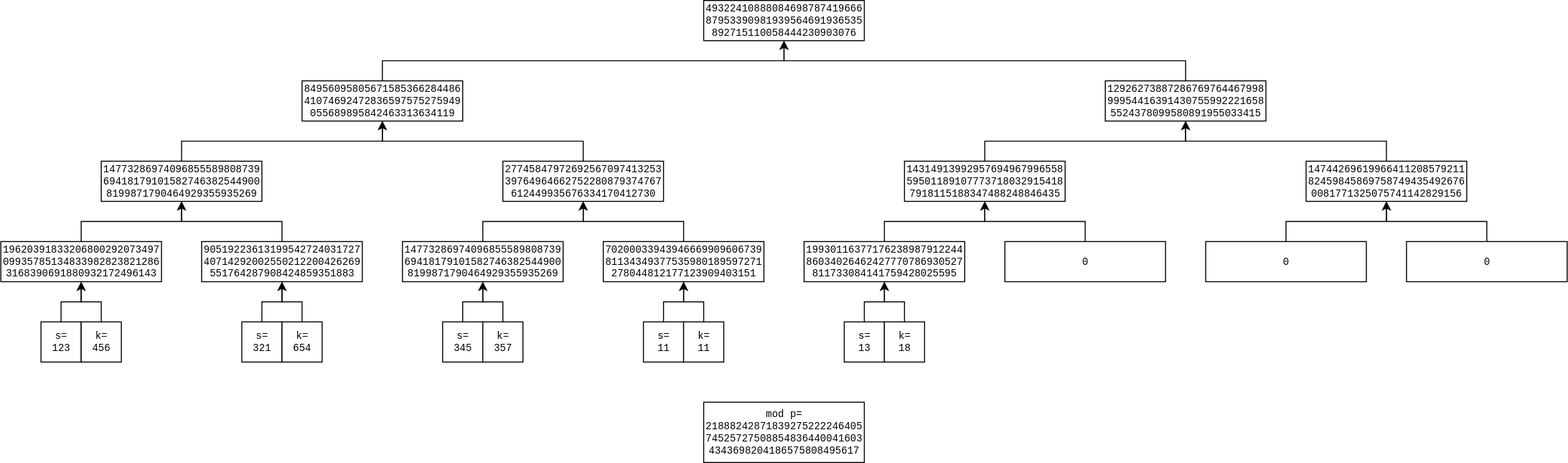
Earlier version of the draw.io export 5/diag.drawio.svg (anon160339/bsd_lab). Source tidied: cells renumbered, new cells last; positions are measured from the earlier drawing's top-left corner, leaving out a move shared by most shapes.
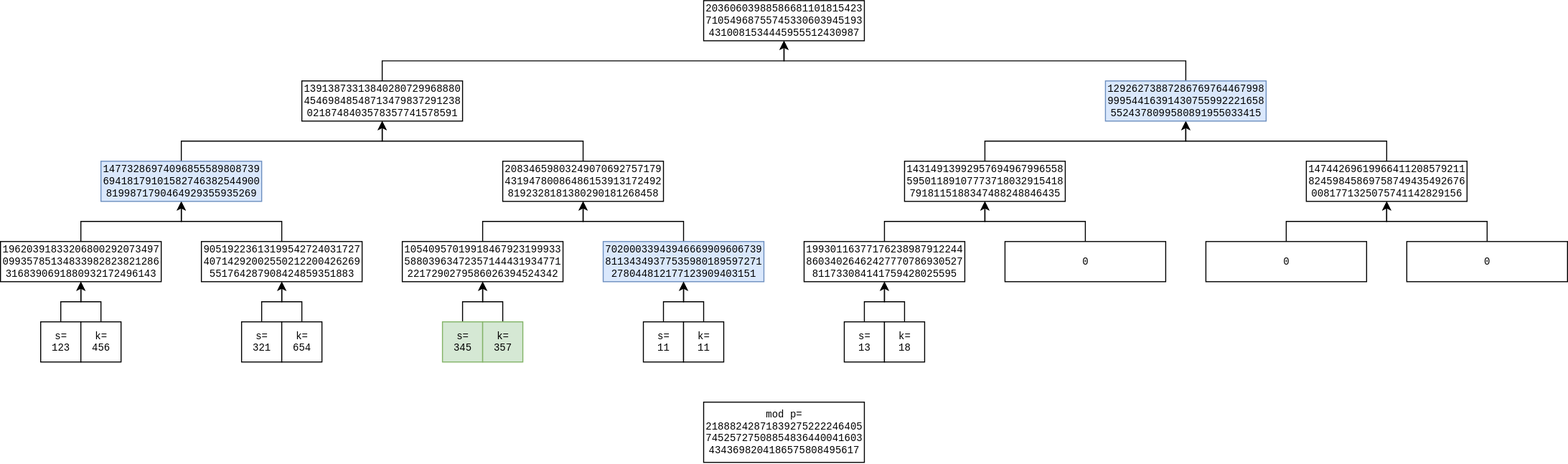
The same diagram one commit later.

What changed in the source:
```diff
@@ -20,7 +20,7 @@
     <mxCell id="7" style="edgeStyle=orthogonalEdgeStyle;rounded=0;jettySize=auto;html=1;entryX=0.5;entryY=1;entryDx=0;entryDy=0;fontFamily=monospace;fontSize=10;fontColor=default;labelBorderColor=none;labelBackgroundColor=none;horizontal=1;" parent="1" edge="1" source="8" target="24">
       <mxGeometry relative="1" as="geometry" />
     </mxCell>
-    <mxCell id="8" value="&lt;div&gt;14773286974096855589808739&lt;/div&gt;&lt;div&gt;69418179101582746382544900&lt;/div&gt;&lt;div&gt;8199871790464929355935269&lt;/div&gt;" style="align=center;verticalAlign=middle;fontSize=10;horizontal=1;labelBorderColor=none;labelBackgroundColor=none;textShadow=0;html=1;whiteSpace=wrap;convertToSvg=0;word-wrap:anywhere;fontFamily=monospace;" parent="1" vertex="1">
+    <mxCell id="8" value="10540957019918467923199933&lt;div&gt;58803963472357144431934771&lt;/div&gt;&lt;div&gt;2217290279586026394524342&lt;/div&gt;" style="align=center;verticalAlign=middle;fontSize=10;horizontal=1;labelBorderColor=none;labelBackgroundColor=none;textShadow=0;html=1;whiteSpace=wrap;convertToSvg=0;word-wrap:anywhere;fontFamily=monospace;" parent="1" vertex="1">
       <mxGeometry x="400" y="240" width="160" height="40" as="geometry" />
     </mxCell>
     <mxCell id="9" style="edgeStyle=orthogonalEdgeStyle;rounded=0;jettySize=auto;html=1;entryX=0.5;entryY=1;entryDx=0;entryDy=0;fontFamily=monospace;fontSize=10;fontColor=default;labelBorderColor=none;labelBackgroundColor=none;horizontal=1;" parent="1" edge="1" source="10" target="14">
@@ -55,7 +55,7 @@
         </Array>
       </mxGeometry>
     </mxCell>
-    <mxCell id="18" value="14773286974096855589808739&lt;div&gt;69418179101582746382544900&lt;/div&gt;&lt;div&gt;8199871790464929355935269&lt;/div&gt;" style="align=center;verticalAlign=middle;fontSize=10;horizontal=1;labelBorderColor=none;labelBackgroundColor=none;textShadow=0;html=1;whiteSpace=wrap;convertToSvg=0;word-wrap:anywhere;fontFamily=monospace;" parent="1" vertex="1">
+    <mxCell id="18" value="14773286974096855589808739&lt;div&gt;69418179101582746382544900&lt;/div&gt;&lt;div&gt;8199871790464929355935269&lt;/div&gt;" style="align=center;verticalAlign=middle;fontSize=10;horizontal=1;labelBorderColor=none;labelBackgroundColor=none;textShadow=0;html=1;whiteSpace=wrap;convertToSvg=0;word-wrap:anywhere;fontFamily=monospace;fillColor=#dae8fc;strokeColor=#6c8ebf;" parent="1" vertex="1">
       <mxGeometry x="100" y="160" width="160" height="40" as="geometry" />
     </mxCell>
     <mxCell id="19" style="edgeStyle=orthogonalEdgeStyle;rounded=0;jettySize=auto;html=1;entryX=0.5;entryY=1;entryDx=0;entryDy=0;fontFamily=monospace;fontSize=10;fontColor=default;labelBorderColor=none;labelBackgroundColor=none;horizontal=1;" parent="1" edge="1" source="20" target="39">
@@ -66,13 +66,13 @@
         </Array>
       </mxGeometry>
     </mxCell>
-    <mxCell id="20" value="84956095805671585366284486&lt;div&gt;41074692472836597575275949&lt;/div&gt;&lt;div&gt;055689895842463313634119&lt;/div&gt;" style="align=center;verticalAlign=middle;fontSize=10;horizontal=1;labelBorderColor=none;labelBackgroundColor=none;textShadow=0;html=1;whiteSpace=wrap;convertToSvg=0;word-wrap:anywhere;fontFamily=monospace;" parent="1" vertex="1">
+    <mxCell id="20" value="13913873313840280729968880&lt;div&gt;45469848548713479837291238&lt;/div&gt;&lt;div&gt;0218748403578357741578591&lt;/div&gt;" style="align=center;verticalAlign=middle;fontSize=10;horizontal=1;labelBorderColor=none;labelBackgroundColor=none;textShadow=0;html=1;whiteSpace=wrap;convertToSvg=0;word-wrap:anywhere;fontFamily=monospace;" parent="1" vertex="1">
       <mxGeometry x="300" y="80" width="160" height="40" as="geometry" />
     </mxCell>
     <mxCell id="21" style="edgeStyle=orthogonalEdgeStyle;rounded=0;jettySize=auto;html=1;entryX=0.5;entryY=1;entryDx=0;entryDy=0;fontFamily=monospace;fontSize=10;fontColor=default;labelBorderColor=none;labelBackgroundColor=none;horizontal=1;" parent="1" edge="1" source="22" target="24">
       <mxGeometry relative="1" as="geometry" />
     </mxCell>
-    <mxCell id="22" value="70200033943946669909606739&lt;div&gt;81134349377535980189597271&lt;/div&gt;&lt;div&gt;278044812177123909403151&lt;/div&gt;" style="align=center;verticalAlign=middle;fontSize=10;horizontal=1;labelBorderColor=none;labelBackgroundColor=none;textShadow=0;html=1;whiteSpace=wrap;convertToSvg=0;word-wrap:anywhere;fontFamily=monospace;" parent="1" vertex="1">
+    <mxCell id="22" value="70200033943946669909606739&lt;div&gt;81134349377535980189597271&lt;/div&gt;&lt;div&gt;278044812177123909403151&lt;/div&gt;" style="align=center;verticalAlign=middle;fontSize=10;horizontal=1;labelBorderColor=none;labelBackgroundColor=none;textShadow=0;html=1;whiteSpace=wrap;convertToSvg=0;word-wrap:anywhere;fontFamily=monospace;fillColor=#dae8fc;strokeColor=#6c8ebf;" parent="1" vertex="1">
       <mxGeometry x="600" y="240" width="160" height="40" as="geometry" />
     </mxCell>
     <mxCell id="23" style="edgeStyle=orthogonalEdgeStyle;rounded=0;jettySize=auto;html=1;entryX=0.5;entryY=1;entryDx=0;entryDy=0;fontFamily=monospace;fontSize=10;fontColor=default;labelBorderColor=none;labelBackgroundColor=none;horizontal=1;" parent="1" edge="1" source="24" target="20">
@@ -83,7 +83,7 @@
         </Array>
       </mxGeometry>
     </mxCell>
-    <mxCell id="24" value="27745847972692567097413253&lt;div&gt;39764964662752280879374767&lt;/div&gt;&lt;div&gt;612449935676334170412730&lt;/div&gt;" style="align=center;verticalAlign=middle;fontSize=10;horizontal=1;labelBorderColor=none;labelBackgroundColor=none;textShadow=0;html=1;whiteSpace=wrap;convertToSvg=0;word-wrap:anywhere;fontFamily=monospace;" parent="1" vertex="1">
+    <mxCell id="24" value="20834659803249070692757179&lt;div&gt;43194780086486153913172492&lt;/div&gt;&lt;div&gt;8192328181380290181268458&lt;/div&gt;" style="align=center;verticalAlign=middle;fontSize=10;horizontal=1;labelBorderColor=none;labelBackgroundColor=none;textShadow=0;html=1;whiteSpace=wrap;convertToSvg=0;word-wrap:anywhere;fontFamily=monospace;" parent="1" vertex="1">
       <mxGeometry x="500" y="160" width="160" height="40" as="geometry" />
     </mxCell>
     <mxCell id="25" style="edgeStyle=orthogonalEdgeStyle;rounded=0;jettySize=auto;html=1;entryX=0.5;entryY=1;entryDx=0;entryDy=0;fontFamily=monospace;fontSize=10;fontColor=default;labelBorderColor=none;labelBackgroundColor=none;horizontal=1;" parent="1" edge="1" source="26" target="30">
@@ -140,22 +140,22 @@
         </Array>
       </mxGeometry>
     </mxCell>
-    <mxCell id="38" value="12926273887286769764467998&lt;div&gt;99954416391430755992221658&lt;/div&gt;&lt;div&gt;5524378099580891955033415&lt;/div&gt;" style="align=center;verticalAlign=middle;fontSize=10;horizontal=1;labelBorderColor=none;labelBackgroundColor=none;textShadow=0;html=1;whiteSpace=wrap;convertToSvg=0;word-wrap:anywhere;fontFamily=monospace;" parent="1" vertex="1">
+    <mxCell id="38" value="12926273887286769764467998&lt;div&gt;99954416391430755992221658&lt;/div&gt;&lt;div&gt;5524378099580891955033415&lt;/div&gt;" style="align=center;verticalAlign=middle;fontSize=10;horizontal=1;labelBorderColor=none;labelBackgroundColor=none;textShadow=0;html=1;whiteSpace=wrap;convertToSvg=0;word-wrap:anywhere;fontFamily=monospace;fillColor=#dae8fc;strokeColor=#6c8ebf;" parent="1" vertex="1">
       <mxGeometry x="1100" y="80" width="160" height="40" as="geometry" />
     </mxCell>
-    <mxCell id="39" value="49322410888084698787419666&lt;div&gt;87953390981939564691936535&lt;/div&gt;&lt;div&gt;892715110058444230903076&lt;/div&gt;" style="align=center;verticalAlign=middle;fontSize=10;horizontal=1;labelBorderColor=none;labelBackgroundColor=none;textShadow=0;html=1;whiteSpace=wrap;convertToSvg=0;word-wrap:anywhere;fontFamily=monospace;" parent="1" vertex="1">
+    <mxCell id="39" value="20360603988586681101815423&lt;div&gt;71054968755745330603945193&lt;/div&gt;&lt;div&gt;4310081534445955512430987&lt;/div&gt;" style="align=center;verticalAlign=middle;fontSize=10;horizontal=1;labelBorderColor=none;labelBackgroundColor=none;textShadow=0;html=1;whiteSpace=wrap;convertToSvg=0;word-wrap:anywhere;fontFamily=monospace;" parent="1" vertex="1">
       <mxGeometry x="700" width="160" height="40" as="geometry" />
     </mxCell>
     <mxCell id="40" style="edgeStyle=orthogonalEdgeStyle;rounded=0;jettySize=auto;html=1;entryX=0.5;entryY=1;entryDx=0;entryDy=0;fontFamily=monospace;fontSize=10;fontColor=default;labelBorderColor=none;labelBackgroundColor=none;horizontal=1;" parent="1" edge="1" source="41" target="8">
       <mxGeometry relative="1" as="geometry" />
     </mxCell>
-    <mxCell id="41" value="&lt;div&gt;s=&lt;/div&gt;345" style="align=center;verticalAlign=middle;fontSize=10;horizontal=1;labelBorderColor=none;labelBackgroundColor=none;textShadow=0;html=1;whiteSpace=wrap;convertToSvg=0;word-wrap:anywhere;fontFamily=monospace;" parent="1" vertex="1">
+    <mxCell id="41" value="&lt;div&gt;s=&lt;/div&gt;345" style="align=center;verticalAlign=middle;fontSize=10;horizontal=1;labelBorderColor=none;labelBackgroundColor=none;textShadow=0;html=1;whiteSpace=wrap;convertToSvg=0;word-wrap:anywhere;fontFamily=monospace;fillColor=#d5e8d4;strokeColor=#82b366;" parent="1" vertex="1">
       <mxGeometry x="440" y="320" width="40" height="40" as="geometry" />
     </mxCell>
     <mxCell id="42" style="edgeStyle=orthogonalEdgeStyle;rounded=0;jettySize=auto;html=1;entryX=0.5;entryY=1;entryDx=0;entryDy=0;fontFamily=monospace;fontSize=10;fontColor=default;labelBorderColor=none;labelBackgroundColor=none;horizontal=1;" parent="1" edge="1" source="43" target="8">
       <mxGeometry relative="1" as="geometry" />
     </mxCell>
-    <mxCell id="43" value="&lt;div&gt;k=&lt;/div&gt;357" style="align=center;verticalAlign=middle;fontSize=10;horizontal=1;labelBorderColor=none;labelBackgroundColor=none;textShadow=0;html=1;whiteSpace=wrap;convertToSvg=0;word-wrap:anywhere;fontFamily=monospace;" parent="1" vertex="1">
+    <mxCell id="43" value="&lt;div&gt;k=&lt;/div&gt;357" style="align=center;verticalAlign=middle;fontSize=10;horizontal=1;labelBorderColor=none;labelBackgroundColor=none;textShadow=0;html=1;whiteSpace=wrap;convertToSvg=0;word-wrap:anywhere;fontFamily=monospace;fillColor=#d5e8d4;strokeColor=#82b366;" parent="1" vertex="1">
       <mxGeometry x="480" y="320" width="40" height="40" as="geometry" />
     </mxCell>
     <mxCell id="44" style="edgeStyle=orthogonalEdgeStyle;rounded=0;jettySize=auto;html=1;entryX=0.5;entryY=1;entryDx=0;entryDy=0;fontFamily=monospace;fontSize=10;fontColor=default;labelBorderColor=none;labelBackgroundColor=none;horizontal=1;" parent="1" edge="1" source="45" target="22">
```
